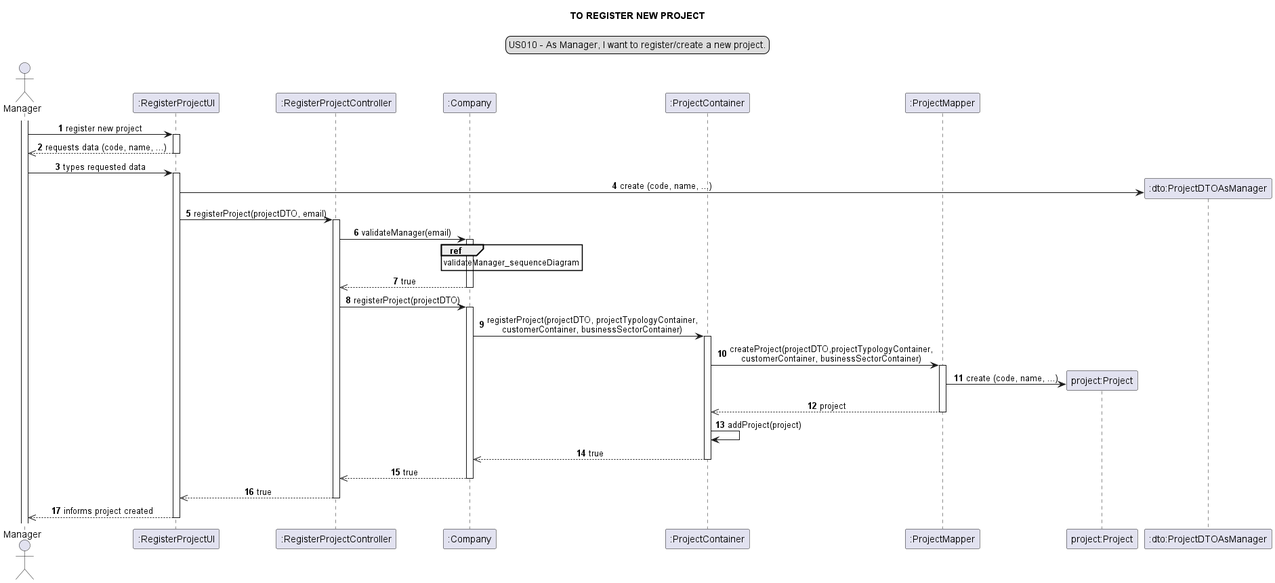
Before: docs/modelling_design/user_stories/sprint02/us010/US010_sequenceDiagram-TO_REGISTER_NEW_PROJECT.png, a diagram exported from PlantUML (Loracline/project_switch_22-23).
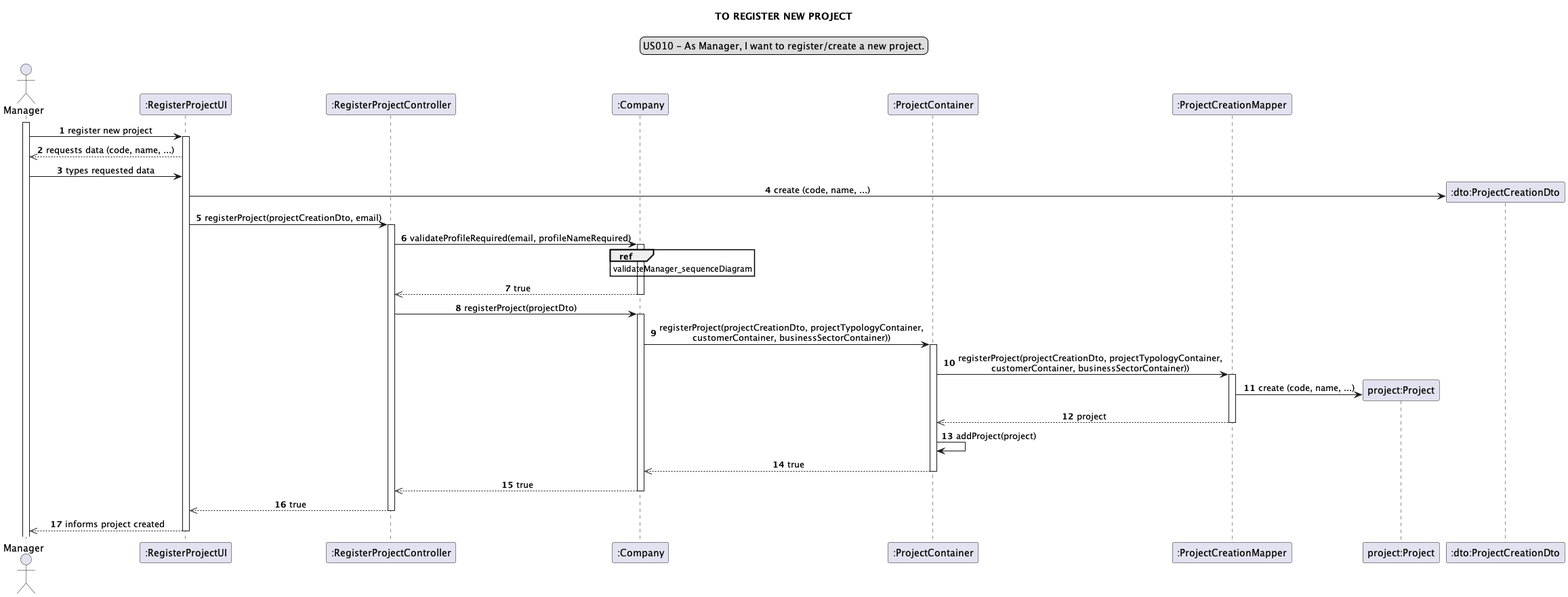
The same diagram one commit later.

Diff of the diagram source:
```diff
@@ -7,37 +7,37 @@
 end legend
 autonumber
 
-actor Manager as mg
+actor Manager as manager
 participant ":RegisterProjectUI" as ui
 participant ":RegisterProjectController" as controller
 participant ":Company" as comp
 participant ":ProjectContainer" as PC
-participant ":ProjectMapper" as mapper
+participant ":ProjectCreationMapper" as mapper
 participant "project:Project" as project
-participant ":dto:ProjectDTOAsManager" as dto
+participant ":dto:ProjectCreationDto" as dto
 
-activate mg
-mg ->ui : register new project
+activate manager
+"manager" ->ui : register new project
 activate ui
-ui -->> mg: requests data (code, name, ...)
-deactivate ui
-mg -> ui: types requested data
-activate ui
+"ui" -->> manager: requests data (code, name, ...)
+
+manager -> ui: types requested data
+
 create dto
 ui -> dto: create (code, name, ...)
-ui -> controller: registerProject(projectDTO, email)
+ui -> controller: registerProject(projectCreationDto, email)
 activate controller
 
-controller -> comp: validateManager(email)
+controller -> comp: validateProfileRequired(email, profileNameRequired)
 ref over comp: validateManager_sequenceDiagram
 activate comp
 comp -->> controller: true
 deactivate comp
-controller -> comp: registerProject(projectDTO)
+controller -> comp: registerProject(projectDto)
 activate comp
-comp -> PC : registerProject(projectDTO, projectTypologyContainer,\ncustomerContainer, businessSectorContainer)
+comp -> PC : registerProject(projectCreationDto, projectTypologyContainer,\ncustomerContainer, businessSectorContainer))
 activate PC
-PC -> mapper: createProject(projectDTO,projectTypologyContainer,\ncustomerContainer, businessSectorContainer)
+PC -> mapper: registerProject(projectCreationDto, projectTypologyContainer,\ncustomerContainer, businessSectorContainer))
 activate mapper
 create project
 mapper -> project : create (code, name, ...)
@@ -50,7 +50,7 @@
 deactivate comp
 controller -->> ui : true
 deactivate controller
-ui -->> mg :  informs project created
+ui -->> manager :  informs project created
 deactivate ui
 
 @enduml
```
